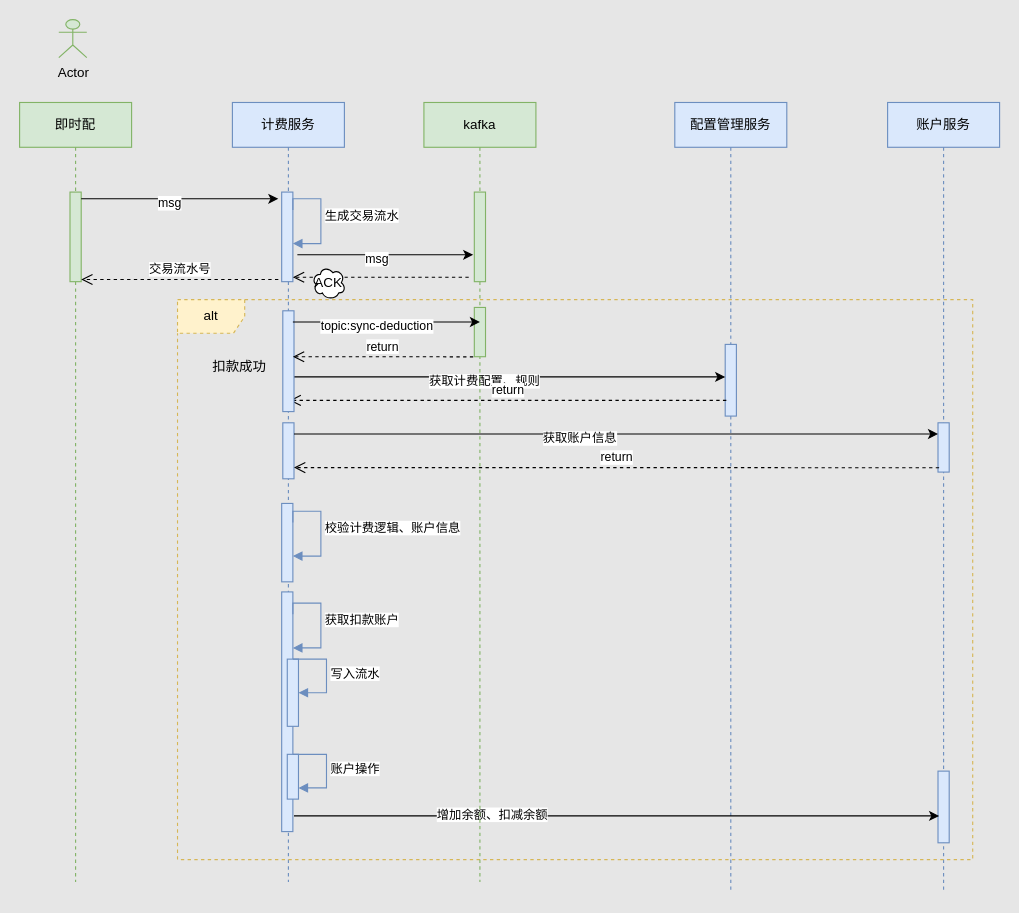
Before: page "计费" (4 of 9) of 订单业务架构.drawio in unclequentin/diagrams, a draw.io diagram. Source tidied: cells renumbered, new cells numbered last; positions are measured from the earlier drawing's top-left corner, leaving out a move shared by most shapes. Both pictures are drawn from the tidied source at 112%, with x=0, y=0 at pixel (19, 19).
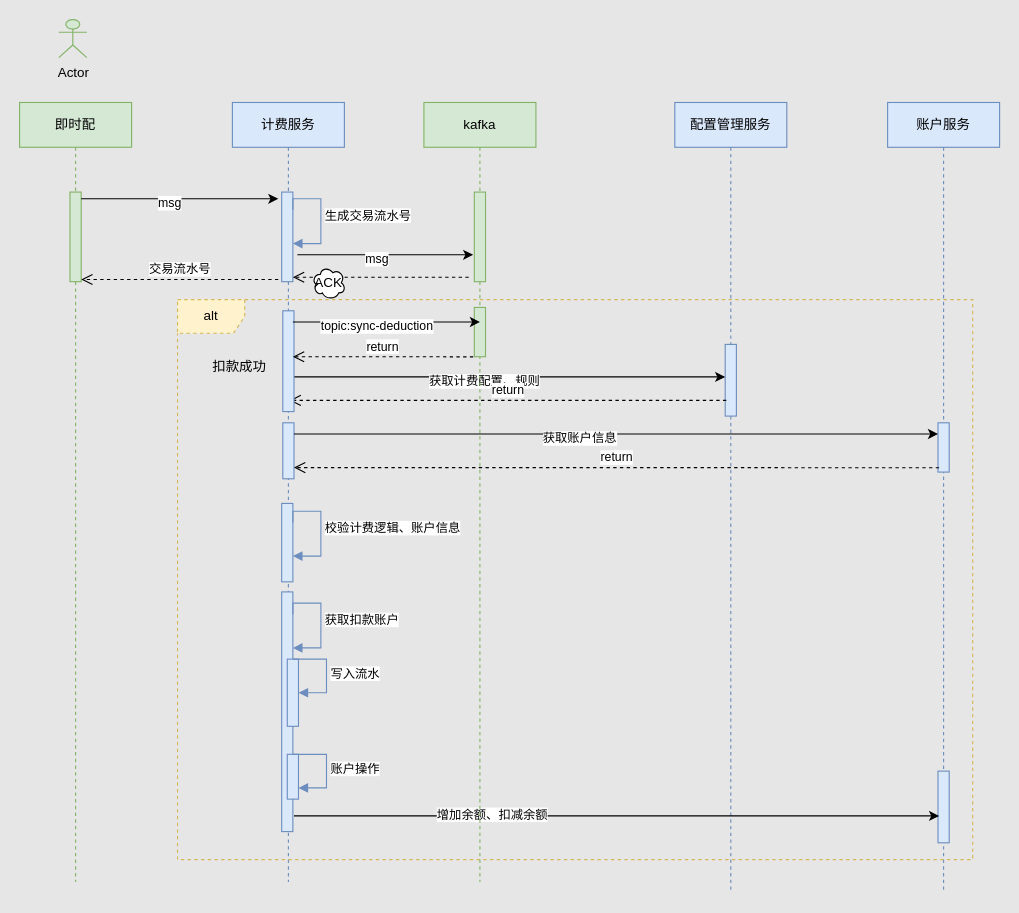
The same page after the edit.

The edit, as a diff of the source:
```diff
@@
-    <mxCell id="33" value="生成交易流水" style="html=1;align=left;spacingLeft=2;endArrow=block;rounded=0;edgeStyle=orthogonalEdgeStyle;curved=0;rounded=0;fillColor=#dae8fc;strokeColor=#6c8ebf;" parent="1" edge="1">
+    <mxCell id="33" value="生成交易流水号" style="html=1;align=left;spacingLeft=2;endArrow=block;rounded=0;edgeStyle=orthogonalEdgeStyle;curved=0;rounded=0;fillColor=#dae8fc;strokeColor=#6c8ebf;" parent="1" edge="1">
       <mxGeometry relative="1" as="geometry">
         <mxPoint x="244" y="170" as="sourcePoint" />
         <mxPoint x="244" y="200" as="targetPoint" />
         <Array as="points">
           <mxPoint x="244" y="160" />
           <mxPoint x="269" y="160" />
           <mxPoint x="269" y="200" />
         </Array>
       </mxGeometry>
     </mxCell>
```
